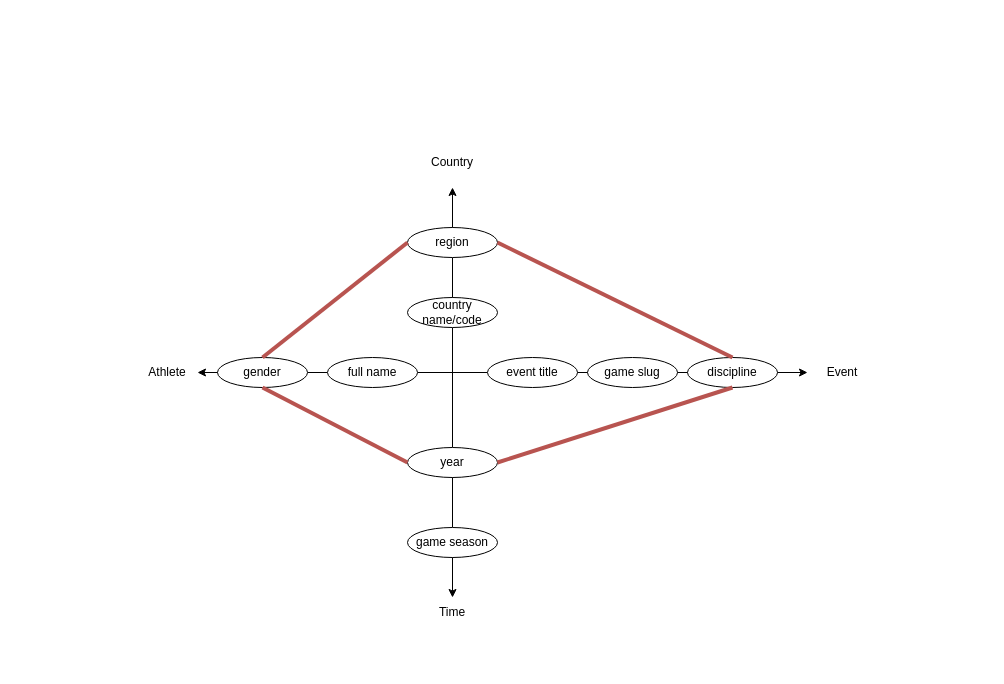
Before: Project 1/Starnet.drawio in fionahiiwx/CITS3201, a draw.io diagram. Source tidied: cells renumbered, new cells numbered last; positions are measured from the earlier drawing's top-left corner, leaving out a move shared by most shapes. Both pictures are drawn from the tidied source at 100%, with x=0, y=0 at pixel (137, 147).
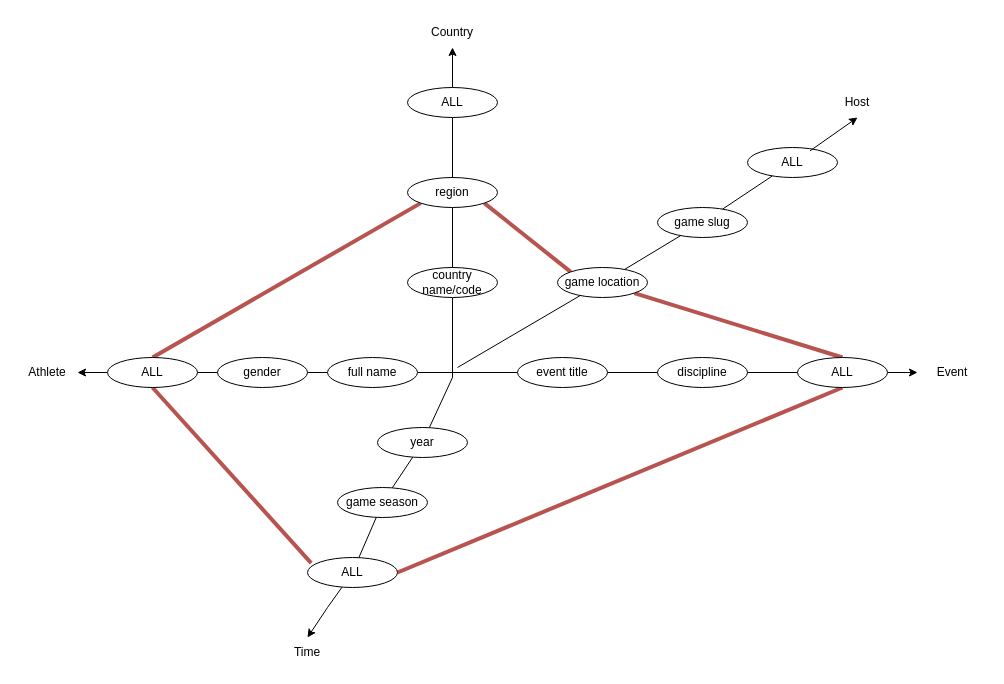
The same diagram, later.

The change refers to these unchanged cells:
```xml
<mxCell id="17" value="gender" style="ellipse;whiteSpace=wrap;html=1;" parent="1" vertex="1">
  <mxGeometry x="80" y="210" width="90" height="30" as="geometry" />
</mxCell>
```

What changed in the source:
```diff
@@
+    <mxCell id="30" style="endArrow=none;html=1;rounded=0;strokeWidth=4;fillColor=#f8cecc;strokeColor=#b85450;exitX=0;exitY=1;exitDx=0;exitDy=0;entryX=0.5;entryY=0;entryDx=0;entryDy=0;" parent="1" edge="1" source="10" target="37">
+      <mxGeometry relative="1" as="geometry" />
+    </mxCell>
+    <mxCell id="31" style="endArrow=none;html=1;rounded=0;strokeWidth=4;fillColor=#f8cecc;strokeColor=#b85450;exitX=0.5;exitY=1;exitDx=0;exitDy=0;entryX=0.041;entryY=0.185;entryDx=0;entryDy=0;entryPerimeter=0;" parent="1" edge="1" source="37" target="43">
+      <mxGeometry relative="1" as="geometry" />
+    </mxCell>
+    <mxCell id="32" style="endArrow=none;html=1;rounded=0;strokeWidth=4;fillColor=#f8cecc;strokeColor=#b85450;exitX=1;exitY=0.5;exitDx=0;exitDy=0;entryX=0.5;entryY=1;entryDx=0;entryDy=0;" parent="1" edge="1" source="43" target="35">
+      <mxGeometry relative="1" as="geometry" />
+    </mxCell>
+    <mxCell id="33" style="endArrow=none;html=1;rounded=0;strokeWidth=4;fillColor=#f8cecc;strokeColor=#b85450;exitX=1;exitY=1;exitDx=0;exitDy=0;entryX=0.5;entryY=0;entryDx=0;entryDy=0;" parent="1" edge="1" source="46" target="35">
+      <mxGeometry relative="1" as="geometry" />
+    </mxCell>
+    <mxCell id="34" style="endArrow=none;html=1;rounded=0;strokeWidth=4;fillColor=#f8cecc;strokeColor=#b85450;exitX=0;exitY=0;exitDx=0;exitDy=0;entryX=1;entryY=1;entryDx=0;entryDy=0;" parent="1" edge="1" source="46" target="10">
+      <mxGeometry relative="1" as="geometry" />
+    </mxCell>
@@
     <mxCell id="3" value="event title" style="ellipse;whiteSpace=wrap;html=1;" parent="1" vertex="1">
-      <mxGeometry x="350" y="210" width="90" height="30" as="geometry" />
+      <mxGeometry x="380" y="210" width="90" height="30" as="geometry" />
     </mxCell>
     <mxCell id="4" value="discipline" style="ellipse;whiteSpace=wrap;html=1;" parent="1" vertex="1">
-      <mxGeometry x="550" y="210" width="90" height="30" as="geometry" />
+      <mxGeometry x="520" y="210" width="90" height="30" as="geometry" />
     </mxCell>
@@
-    <mxCell id="6" value="game slug" style="ellipse;whiteSpace=wrap;html=1;" parent="1" vertex="1">
-      <mxGeometry x="450" y="210" width="90" height="30" as="geometry" />
-    </mxCell>
     <mxCell id="7" style="endArrow=none;html=1;rounded=0;" parent="1" edge="1" target="8">
       <mxGeometry relative="1" as="geometry">
-        <mxPoint x="315" y="240" as="sourcePoint" />
+        <mxPoint x="315" y="220" as="sourcePoint" />
+        <Array as="points">
+          <mxPoint x="315" y="230" />
+        </Array>
       </mxGeometry>
     </mxCell>
     <mxCell id="8" value="country name/code" style="ellipse;whiteSpace=wrap;html=1;" parent="1" vertex="1">
-      <mxGeometry x="270" y="150" width="90" height="30" as="geometry" />
+      <mxGeometry x="270" y="120" width="90" height="30" as="geometry" />
     </mxCell>
@@
     <mxCell id="10" value="region" style="ellipse;whiteSpace=wrap;html=1;" parent="1" vertex="1">
-      <mxGeometry x="270" y="80" width="90" height="30" as="geometry" />
+      <mxGeometry x="270" y="30" width="90" height="30" as="geometry" />
     </mxCell>
-    <mxCell id="11" style="endArrow=none;html=1;rounded=0;" parent="1" edge="1" target="12">
+    <mxCell id="11" style="endArrow=none;html=1;rounded=0;" parent="1" edge="1" source="43">
       <mxGeometry relative="1" as="geometry">
-        <mxPoint x="315" y="230" as="sourcePoint" />
+        <mxPoint x="190" y="460" as="targetPoint" />
       </mxGeometry>
     </mxCell>
-    <mxCell id="12" value="year" style="ellipse;whiteSpace=wrap;html=1;" parent="1" vertex="1">
-      <mxGeometry x="270" y="300" width="90" height="30" as="geometry" />
-    </mxCell>
-    <mxCell id="13" style="endArrow=none;html=1;rounded=0;" parent="1" edge="1" source="12" target="14">
-      <mxGeometry relative="1" as="geometry" />
-    </mxCell>
-    <mxCell id="14" value="game season" style="ellipse;whiteSpace=wrap;html=1;" parent="1" vertex="1">
-      <mxGeometry x="270" y="380" width="90" height="30" as="geometry" />
-    </mxCell>
@@
     <mxCell id="18" value="Athlete" style="text;html=1;align=center;verticalAlign=middle;whiteSpace=wrap;rounded=0;" parent="1" vertex="1">
-      <mxGeometry y="210" width="60" height="30" as="geometry" />
+      <mxGeometry x="-120" y="210" width="60" height="30" as="geometry" />
     </mxCell>
     <mxCell id="19" value="Time" style="text;html=1;align=center;verticalAlign=middle;whiteSpace=wrap;rounded=0;" parent="1" vertex="1">
-      <mxGeometry x="285" y="450" width="60" height="30" as="geometry" />
+      <mxGeometry x="140" y="490" width="60" height="30" as="geometry" />
     </mxCell>
     <mxCell id="20" value="Event" style="text;html=1;align=center;verticalAlign=middle;whiteSpace=wrap;rounded=0;" parent="1" vertex="1">
-      <mxGeometry x="670" y="210" width="70" height="30" as="geometry" />
+      <mxGeometry x="780" y="210" width="70" height="30" as="geometry" />
     </mxCell>
-    <mxCell id="21" style="endArrow=classic;html=1;rounded=0;exitX=1;exitY=0.5;exitDx=0;exitDy=0;entryX=0;entryY=0.5;entryDx=0;entryDy=0;" parent="1" edge="1" source="4" target="20">
+    <mxCell id="21" style="endArrow=classic;html=1;rounded=0;exitX=1;exitY=0.5;exitDx=0;exitDy=0;entryX=0;entryY=0.5;entryDx=0;entryDy=0;" parent="1" edge="1" source="35" target="20">
       <mxGeometry relative="1" as="geometry" />
     </mxCell>
     <mxCell id="22" value="Country" style="text;html=1;align=center;verticalAlign=middle;whiteSpace=wrap;rounded=0;" parent="1" vertex="1">
-      <mxGeometry x="285" width="60" height="30" as="geometry" />
+      <mxGeometry x="285" y="-130" width="60" height="30" as="geometry" />
     </mxCell>
-    <mxCell id="23" style="endArrow=classic;html=1;rounded=0;exitX=0.5;exitY=0;exitDx=0;exitDy=0;" parent="1" edge="1" source="10">
-      <mxGeometry relative="1" as="geometry">
-        <mxPoint x="315" y="40" as="targetPoint" />
-      </mxGeometry>
+    <mxCell id="23" style="endArrow=classic;html=1;rounded=0;exitX=0.5;exitY=0;exitDx=0;exitDy=0;entryX=0.5;entryY=1;entryDx=0;entryDy=0;" parent="1" edge="1" source="39" target="22">
+      <mxGeometry relative="1" as="geometry" />
     </mxCell>
-    <mxCell id="24" style="endArrow=classic;html=1;rounded=0;exitX=0.5;exitY=1;exitDx=0;exitDy=0;entryX=0.5;entryY=0;entryDx=0;entryDy=0;" parent="1" edge="1" source="14" target="19">
-      <mxGeometry relative="1" as="geometry" />
+    <mxCell id="24" style="endArrow=classic;html=1;rounded=0;entryX=0.5;entryY=0;entryDx=0;entryDy=0;" parent="1" edge="1" target="19">
+      <mxGeometry relative="1" as="geometry">
+        <mxPoint x="190" y="460" as="sourcePoint" />
+      </mxGeometry>
     </mxCell>
-    <mxCell id="25" style="endArrow=classic;html=1;rounded=0;exitX=0;exitY=0.5;exitDx=0;exitDy=0;entryX=1;entryY=0.5;entryDx=0;entryDy=0;" parent="1" edge="1" source="17" target="18">
+    <mxCell id="25" style="endArrow=classic;html=1;rounded=0;exitX=0;exitY=0.5;exitDx=0;exitDy=0;entryX=1;entryY=0.5;entryDx=0;entryDy=0;" parent="1" edge="1" source="37" target="18">
       <mxGeometry relative="1" as="geometry" />
     </mxCell>
-    <mxCell id="26" style="endArrow=none;html=1;rounded=0;strokeWidth=4;fillColor=#f8cecc;strokeColor=#b85450;exitX=1;exitY=0.5;exitDx=0;exitDy=0;entryX=0.5;entryY=1;entryDx=0;entryDy=0;" parent="1" edge="1" source="12" target="4">
-      <mxGeometry relative="1" as="geometry" />
-    </mxCell>
-    <mxCell id="27" style="endArrow=none;html=1;rounded=0;strokeWidth=4;fillColor=#f8cecc;strokeColor=#b85450;exitX=0;exitY=0.5;exitDx=0;exitDy=0;entryX=0.5;entryY=1;entryDx=0;entryDy=0;" parent="1" edge="1" source="12" target="17">
-      <mxGeometry relative="1" as="geometry" />
-    </mxCell>
-    <mxCell id="28" style="endArrow=none;html=1;rounded=0;strokeWidth=4;fillColor=#f8cecc;strokeColor=#b85450;exitX=0.5;exitY=0;exitDx=0;exitDy=0;entryX=0;entryY=0.5;entryDx=0;entryDy=0;" parent="1" edge="1" source="17" target="10">
-      <mxGeometry relative="1" as="geometry" />
-    </mxCell>
-    <mxCell id="29" style="endArrow=none;html=1;rounded=0;strokeWidth=4;fillColor=#f8cecc;strokeColor=#b85450;exitX=1;exitY=0.5;exitDx=0;exitDy=0;entryX=0.5;entryY=0;entryDx=0;entryDy=0;" parent="1" edge="1" source="10" target="4">
-      <mxGeometry relative="1" as="geometry" />
-    </mxCell>
+    <mxCell id="35" value="ALL" style="ellipse;whiteSpace=wrap;html=1;" parent="1" vertex="1">
+      <mxGeometry x="660" y="210" width="90" height="30" as="geometry" />
+    </mxCell>
+    <mxCell id="36" style="endArrow=none;html=1;rounded=0;entryX=1;entryY=0.5;entryDx=0;entryDy=0;exitX=0;exitY=0.5;exitDx=0;exitDy=0;" parent="1" edge="1" source="35" target="4">
+      <mxGeometry relative="1" as="geometry" />
+    </mxCell>
+    <mxCell id="37" value="ALL" style="ellipse;whiteSpace=wrap;html=1;" parent="1" vertex="1">
+      <mxGeometry x="-30" y="210" width="90" height="30" as="geometry" />
+    </mxCell>
+    <mxCell id="38" style="endArrow=none;html=1;rounded=0;exitX=0;exitY=0.5;exitDx=0;exitDy=0;entryX=1;entryY=0.5;entryDx=0;entryDy=0;" parent="1" edge="1" source="17" target="37">
+      <mxGeometry relative="1" as="geometry" />
+    </mxCell>
+    <mxCell id="39" value="ALL" style="ellipse;whiteSpace=wrap;html=1;" parent="1" vertex="1">
+      <mxGeometry x="270" y="-60" width="90" height="30" as="geometry" />
+    </mxCell>
+    <mxCell id="40" style="endArrow=none;html=1;rounded=0;exitX=0.5;exitY=0;exitDx=0;exitDy=0;entryX=0.5;entryY=1;entryDx=0;entryDy=0;" parent="1" edge="1" source="10" target="39">
+      <mxGeometry relative="1" as="geometry" />
+    </mxCell>
+    <mxCell id="13" style="endArrow=none;html=1;rounded=0;" parent="1" edge="1" source="12" target="14">
+      <mxGeometry relative="1" as="geometry" />
+    </mxCell>
+    <mxCell id="14" value="game season" style="ellipse;whiteSpace=wrap;html=1;" parent="1" vertex="1">
+      <mxGeometry x="200" y="340" width="90" height="30" as="geometry" />
+    </mxCell>
+    <mxCell id="41" style="endArrow=none;html=1;rounded=0;" parent="1" edge="1" target="12">
+      <mxGeometry relative="1" as="geometry">
+        <mxPoint x="315" y="230" as="sourcePoint" />
+      </mxGeometry>
+    </mxCell>
+    <mxCell id="12" value="year" style="ellipse;whiteSpace=wrap;html=1;" parent="1" vertex="1">
+      <mxGeometry x="240" y="280" width="90" height="30" as="geometry" />
+    </mxCell>
+    <mxCell id="42" style="endArrow=none;html=1;rounded=0;" parent="1" edge="1" source="14" target="43">
+      <mxGeometry relative="1" as="geometry" />
+    </mxCell>
+    <mxCell id="43" value="ALL" style="ellipse;whiteSpace=wrap;html=1;" parent="1" vertex="1">
+      <mxGeometry x="170" y="410" width="90" height="30" as="geometry" />
+    </mxCell>
+    <mxCell id="44" style="endArrow=none;html=1;rounded=0;" parent="1" edge="1" source="46" target="6">
+      <mxGeometry relative="1" as="geometry" />
+    </mxCell>
+    <mxCell id="6" value="game slug" style="ellipse;whiteSpace=wrap;html=1;" parent="1" vertex="1">
+      <mxGeometry x="520" y="60" width="90" height="30" as="geometry" />
+    </mxCell>
+    <mxCell id="45" style="endArrow=none;html=1;rounded=0;" parent="1" edge="1" target="46">
+      <mxGeometry relative="1" as="geometry">
+        <mxPoint x="320" y="220" as="sourcePoint" />
+      </mxGeometry>
+    </mxCell>
+    <mxCell id="46" value="game location" style="ellipse;whiteSpace=wrap;html=1;" parent="1" vertex="1">
+      <mxGeometry x="420" y="120" width="90" height="30" as="geometry" />
+    </mxCell>
+    <mxCell id="47" style="endArrow=none;html=1;rounded=0;" parent="1" edge="1" source="6" target="48">
+      <mxGeometry relative="1" as="geometry" />
+    </mxCell>
+    <mxCell id="48" value="ALL" style="ellipse;whiteSpace=wrap;html=1;" parent="1" vertex="1">
+      <mxGeometry x="610" width="90" height="30" as="geometry" />
+    </mxCell>
+    <mxCell id="49" value="Host" style="text;html=1;align=center;verticalAlign=middle;whiteSpace=wrap;rounded=0;" parent="1" vertex="1">
+      <mxGeometry x="690" y="-60" width="60" height="30" as="geometry" />
+    </mxCell>
+    <mxCell id="50" style="endArrow=classic;html=1;rounded=0;exitX=0.695;exitY=0.111;exitDx=0;exitDy=0;exitPerimeter=0;entryX=0.5;entryY=1;entryDx=0;entryDy=0;" parent="1" edge="1" source="48" target="49">
+      <mxGeometry relative="1" as="geometry" />
+    </mxCell>
```
